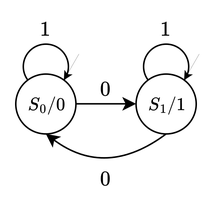
apedersen00/digital-systems-design-and-verification keeps this draw.io diagram as homework_3/report/assets/q2_moore.png. Above is the earlier version. Source tidied: cells renumbered, new cells last; positions are measured from the earlier drawing's top-left corner, leaving out a move shared by most shapes.
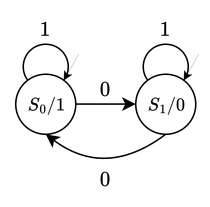
After the change.

The edit, as a diff of the source:
```diff
@@ -8,7 +8,7 @@
     <mxCell id="3" style="ellipse;whiteSpace=wrap;html=1;fillColor=none;" parent="1" vertex="1">
       <mxGeometry x="15" y="20" width="30" height="30" as="geometry" />
     </mxCell>
-    <mxCell id="4" value="&lt;font face=&quot;Times New Roman&quot;&gt;$$S_0/0$$&lt;/font&gt;" style="ellipse;whiteSpace=wrap;html=1;" parent="1" vertex="1">
+    <mxCell id="4" value="&lt;font face=&quot;Times New Roman&quot;&gt;$$S_0/1$$&lt;/font&gt;" style="ellipse;whiteSpace=wrap;html=1;" parent="1" vertex="1">
       <mxGeometry x="10" y="40" width="40" height="40" as="geometry" />
     </mxCell>
     <mxCell id="5" style="endArrow=classic;html=1;rounded=0;entryX=1;entryY=1;entryDx=0;entryDy=0;strokeColor=default;strokeWidth=0;" parent="1" edge="1">
@@ -20,7 +20,7 @@
     <mxCell id="6" value="$$1$$" style="text;html=1;align=center;verticalAlign=middle;whiteSpace=wrap;rounded=0;" parent="1" vertex="1">
       <mxGeometry width="60" height="20" as="geometry" />
     </mxCell>
-    <mxCell id="7" value="&lt;font face=&quot;Times New Roman&quot;&gt;$$S_1/1$$&lt;/font&gt;" style="ellipse;whiteSpace=wrap;html=1;" parent="1" vertex="1">
+    <mxCell id="7" value="&lt;font face=&quot;Times New Roman&quot;&gt;$$S_1/0$$&lt;/font&gt;" style="ellipse;whiteSpace=wrap;html=1;" parent="1" vertex="1">
       <mxGeometry x="90" y="40" width="40" height="40" as="geometry" />
     </mxCell>
     <mxCell id="8" style="endArrow=classic;html=1;rounded=0;" parent="1" edge="1">
```
